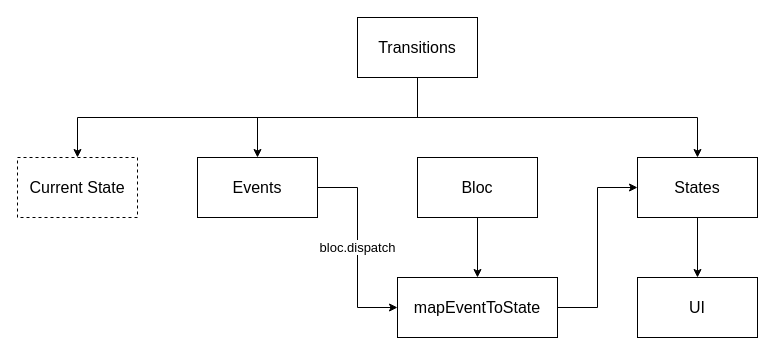
The draw.io diagram bloc.drawio in oiar/assets, before the edit. Source tidied: cells renumbered, new cells numbered last; positions are measured from the earlier drawing's top-left corner, leaving out a move shared by most shapes. Both pictures are drawn from the tidied source at 100%, with x=0, y=0 at pixel (17, 17).
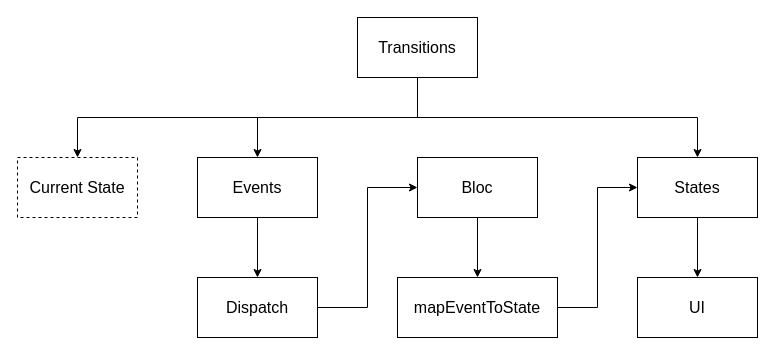
The same page after the edit.

What changed in the source:
```diff
@@
 <mxGraphModel>
   <root>
     <mxCell id="0" />
     <mxCell id="1" parent="0" />
     <mxCell id="2" style="edgeStyle=orthogonalEdgeStyle;rounded=0;jettySize=auto;html=1;exitX=1;exitY=0.5;exitDx=0;exitDy=0;entryX=0;entryY=0.5;entryDx=0;entryDy=0;" parent="1" edge="1" source="15" target="6">
       <mxGeometry relative="1" as="geometry" />
     </mxCell>
     <mxCell id="3" style="edgeStyle=orthogonalEdgeStyle;rounded=0;jettySize=auto;html=1;exitX=0.5;exitY=1;exitDx=0;exitDy=0;entryX=0.5;entryY=0;entryDx=0;entryDy=0;" parent="1" edge="1" source="4" target="15">
       <mxGeometry relative="1" as="geometry" />
     </mxCell>
     <mxCell id="4" value="&lt;font style=&quot;font-size: 16px&quot;&gt;Bloc&lt;/font&gt;" style="rounded=0;whiteSpace=wrap;html=1;" parent="1" vertex="1">
       <mxGeometry x="400" y="140" width="120" height="60" as="geometry" />
     </mxCell>
     <mxCell id="5" style="edgeStyle=orthogonalEdgeStyle;rounded=0;jettySize=auto;html=1;exitX=0.5;exitY=1;exitDx=0;exitDy=0;entryX=0.5;entryY=0;entryDx=0;entryDy=0;" parent="1" edge="1" source="6" target="7">
       <mxGeometry relative="1" as="geometry" />
     </mxCell>
     <mxCell id="6" value="&lt;font style=&quot;font-size: 16px&quot;&gt;States&lt;/font&gt;" style="rounded=0;whiteSpace=wrap;html=1;" parent="1" vertex="1">
       <mxGeometry x="620" y="140" width="120" height="60" as="geometry" />
     </mxCell>
     <mxCell id="7" value="&lt;font style=&quot;font-size: 16px&quot;&gt;UI&lt;/font&gt;" style="rounded=0;whiteSpace=wrap;html=1;" parent="1" vertex="1">
       <mxGeometry x="620" y="260" width="120" height="60" as="geometry" />
     </mxCell>
-    <mxCell id="8" value="&lt;font style=&quot;font-size: 13px&quot;&gt;bloc.dispatch&lt;/font&gt;" style="edgeStyle=orthogonalEdgeStyle;rounded=0;jettySize=auto;html=1;exitX=1;exitY=0.5;exitDx=0;exitDy=0;entryX=0;entryY=0.5;entryDx=0;entryDy=0;" parent="1" edge="1" source="9" target="15">
-      <mxGeometry relative="1" as="geometry" />
-    </mxCell>
+    <mxCell id="16" style="edgeStyle=orthogonalEdgeStyle;rounded=0;jettySize=auto;html=1;exitX=0.5;exitY=1;exitDx=0;exitDy=0;" parent="1" edge="1" source="9" target="18">
+      <mxGeometry relative="1" as="geometry" />
+    </mxCell>
     <mxCell id="9" value="&lt;font style=&quot;font-size: 16px&quot;&gt;Events&lt;/font&gt;" style="rounded=0;whiteSpace=wrap;html=1;" parent="1" vertex="1">
       <mxGeometry x="180" y="140" width="120" height="60" as="geometry" />
     </mxCell>
     <mxCell id="10" value="&lt;font style=&quot;font-size: 16px&quot;&gt;Current State&lt;/font&gt;" style="rounded=0;whiteSpace=wrap;html=1;dashed=1;" parent="1" vertex="1">
       <mxGeometry y="140" width="120" height="60" as="geometry" />
     </mxCell>
     <mxCell id="11" style="edgeStyle=orthogonalEdgeStyle;rounded=0;jettySize=auto;html=1;exitX=0.5;exitY=1;exitDx=0;exitDy=0;entryX=0.5;entryY=0;entryDx=0;entryDy=0;" parent="1" edge="1" source="14" target="10">
       <mxGeometry relative="1" as="geometry" />
     </mxCell>
     <mxCell id="12" style="edgeStyle=orthogonalEdgeStyle;rounded=0;jettySize=auto;html=1;exitX=0.5;exitY=1;exitDx=0;exitDy=0;" parent="1" edge="1" source="14" target="9">
       <mxGeometry relative="1" as="geometry" />
     </mxCell>
     <mxCell id="13" style="edgeStyle=orthogonalEdgeStyle;rounded=0;jettySize=auto;html=1;exitX=0.5;exitY=1;exitDx=0;exitDy=0;entryX=0.5;entryY=0;entryDx=0;entryDy=0;" parent="1" edge="1" source="14" target="6">
       <mxGeometry relative="1" as="geometry" />
     </mxCell>
     <mxCell id="14" value="&lt;font style=&quot;font-size: 16px&quot;&gt;Transitions&lt;/font&gt;" style="rounded=0;whiteSpace=wrap;html=1;" parent="1" vertex="1">
       <mxGeometry x="340" width="120" height="60" as="geometry" />
     </mxCell>
     <mxCell id="15" value="&lt;font style=&quot;font-size: 16px&quot;&gt;mapEventToState&lt;/font&gt;" style="rounded=0;whiteSpace=wrap;html=1;" parent="1" vertex="1">
       <mxGeometry x="380" y="260" width="160" height="60" as="geometry" />
     </mxCell>
+    <mxCell id="17" style="edgeStyle=orthogonalEdgeStyle;rounded=0;jettySize=auto;html=1;exitX=1;exitY=0.5;exitDx=0;exitDy=0;entryX=0;entryY=0.5;entryDx=0;entryDy=0;" parent="1" edge="1" source="18" target="4">
+      <mxGeometry relative="1" as="geometry" />
+    </mxCell>
+    <mxCell id="18" value="&lt;font style=&quot;font-size: 16px&quot;&gt;Dispatch&lt;/font&gt;" style="rounded=0;whiteSpace=wrap;html=1;" parent="1" vertex="1">
+      <mxGeometry x="180" y="260" width="120" height="60" as="geometry" />
+    </mxCell>
   </root>
 </mxGraphModel>
```
